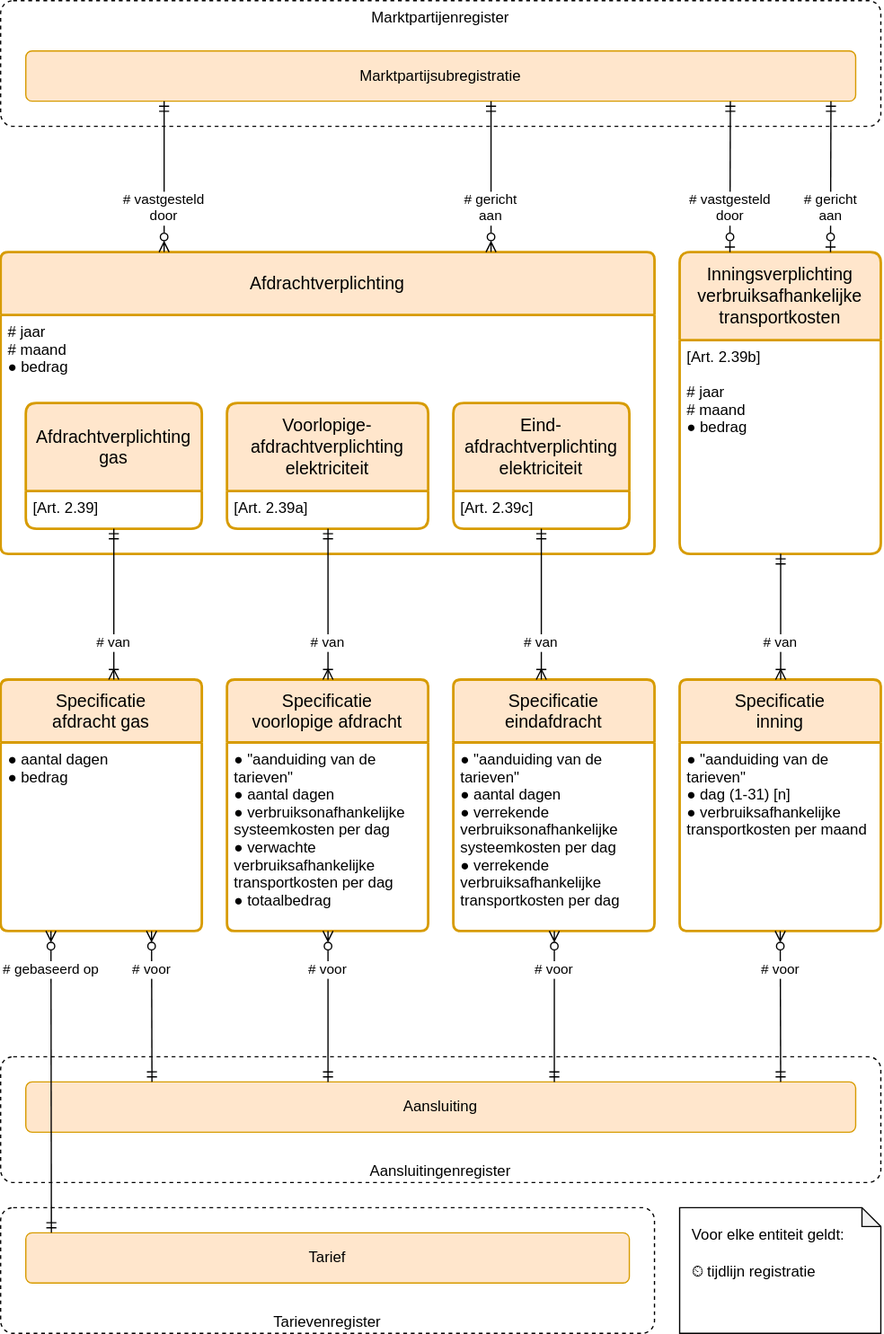
Above: registers/afdrachtverplichtingenregister/1.0/afdrachtverplichtingenregister.drawio.svg in Netbeheer-Nederland/stelsel (draw.io), before the change. Source tidied: cells renumbered, new cells last; positions are measured from the earlier drawing's top-left corner, leaving out a move shared by most shapes. The source it was exported from:
```xml
<mxGraphModel>
  <root>
    <mxCell id="0" />
    <mxCell id="1" parent="0" />
    <mxCell id="2" value="Afdrachtverplichting" style="swimlane;horizontal=1;startSize=50;rounded=1;fontSize=14;fontStyle=0;strokeWidth=2;shadow=0;dashed=0;align=center;arcSize=4;whiteSpace=wrap;spacing=10;fillColor=#ffe6cc;strokeColor=#d79b00;" parent="1" vertex="1">
      <mxGeometry y="200" width="520" height="240" as="geometry" />
    </mxCell>
    <mxCell id="3" value="# jaar&#10;# maand&#10;● bedrag" style="align=left;strokeColor=none;fillColor=none;spacingLeft=4;fontSize=12;verticalAlign=top;" parent="2" vertex="1">
      <mxGeometry y="50" width="520" height="190" as="geometry" />
    </mxCell>
    <mxCell id="4" value="Voorlopige-afdrachtverplichting elektriciteit" style="swimlane;horizontal=1;startSize=70;rounded=1;fontSize=14;fontStyle=0;strokeWidth=2;shadow=0;dashed=0;align=center;arcSize=4;whiteSpace=wrap;spacing=10;fillColor=#ffe6cc;strokeColor=#d79b00;" parent="1" vertex="1">
      <mxGeometry x="180" y="320" width="160" height="100" as="geometry" />
    </mxCell>
    <mxCell id="5" value="[Art. 2.39a]" style="align=left;strokeColor=none;fillColor=none;spacingLeft=4;fontSize=12;verticalAlign=top;" parent="4" vertex="1">
      <mxGeometry y="70" width="160" height="30" as="geometry" />
    </mxCell>
    <mxCell id="6" value="Eind-afdrachtverplichting elektriciteit" style="swimlane;horizontal=1;startSize=70;rounded=1;fontSize=14;fontStyle=0;strokeWidth=2;shadow=0;dashed=0;align=center;arcSize=4;whiteSpace=wrap;spacing=10;fillColor=#ffe6cc;strokeColor=#d79b00;" parent="1" vertex="1">
      <mxGeometry x="360" y="320" width="140" height="100" as="geometry" />
    </mxCell>
    <mxCell id="7" value="[Art. 2.39c]" style="align=left;strokeColor=none;fillColor=none;spacingLeft=4;fontSize=12;verticalAlign=top;" parent="6" vertex="1">
      <mxGeometry y="70" width="140" height="30" as="geometry" />
    </mxCell>
    <mxCell id="8" value="Marktpartijenregister" style="rounded=1;whiteSpace=wrap;absoluteArcSize=1;dashed=1;fillColor=default;verticalAlign=top;spacingLeft=10;spacingRight=10;" parent="1" vertex="1">
      <mxGeometry width="700" height="100" as="geometry" />
    </mxCell>
    <mxCell id="9" value="Marktpartijsubregistratie" style="rounded=1;arcSize=10;whiteSpace=wrap;align=center;absoluteArcSize=1;spacing=10;fillColor=#ffe6cc;strokeColor=#d79b00;" parent="1" vertex="1">
      <mxGeometry x="20" y="40" width="660" height="40" as="geometry" />
    </mxCell>
    <mxCell id="10" value="# vastgesteld&#10;door" style="endArrow=ERmandOne;edgeStyle=elbowEdgeStyle;endFill=0;startArrow=ERzeroToMany;startFill=0;exitX=0.25;exitY=0;exitDx=0;exitDy=0;verticalAlign=bottom;" parent="1" edge="1" source="2" target="9">
      <mxGeometry x="-0.66" relative="1" as="geometry" />
    </mxCell>
    <mxCell id="11" value="# gericht&#10;aan" style="endArrow=ERmandOne;edgeStyle=elbowEdgeStyle;endFill=0;startArrow=ERzeroToMany;startFill=0;exitX=0.75;exitY=0;exitDx=0;exitDy=0;verticalAlign=bottom;" parent="1" edge="1" source="2" target="9">
      <mxGeometry x="-0.66" relative="1" as="geometry" />
    </mxCell>
    <mxCell id="12" value="Specificatie&#10;voorlopige afdracht" style="swimlane;horizontal=1;startSize=50;rounded=1;fontSize=14;fontStyle=0;strokeWidth=2;shadow=0;dashed=0;align=center;arcSize=4;whiteSpace=wrap;spacing=10;fillColor=#ffe6cc;strokeColor=#d79b00;" parent="1" vertex="1">
      <mxGeometry x="180" y="540" width="160" height="200" as="geometry" />
    </mxCell>
    <mxCell id="13" value="● &quot;aanduiding van de&#10;   tarieven&quot;&#10;● aantal dagen&#10;● verbruiksonafhankelijke&#10;   systeemkosten per dag&#10;● verwachte&#10;   verbruiksafhankelijke&#10;   transportkosten per dag&#10;● totaalbedrag" style="align=left;strokeColor=none;fillColor=none;spacingLeft=4;fontSize=12;verticalAlign=top;" parent="12" vertex="1">
      <mxGeometry y="50" width="160" height="150" as="geometry" />
    </mxCell>
    <mxCell id="14" value="Aansluitingenregister" style="rounded=1;whiteSpace=wrap;absoluteArcSize=1;dashed=1;fillColor=default;verticalAlign=bottom;spacingLeft=10;spacingRight=10;" parent="1" vertex="1">
      <mxGeometry y="840" width="700" height="100" as="geometry" />
    </mxCell>
    <mxCell id="15" value="Aansluiting" style="rounded=1;arcSize=10;whiteSpace=wrap;align=center;absoluteArcSize=1;spacing=10;fillColor=#ffe6cc;strokeColor=#d79b00;" parent="1" vertex="1">
      <mxGeometry x="20" y="860" width="660" height="40" as="geometry" />
    </mxCell>
    <mxCell id="16" value="# voor" style="endArrow=ERmandOne;edgeStyle=elbowEdgeStyle;endFill=0;startArrow=ERzeroToMany;startFill=0;" parent="1" edge="1" source="12" target="15">
      <mxGeometry x="-0.5" relative="1" as="geometry" />
    </mxCell>
    <mxCell id="17" value="# van" style="endArrow=ERmandOne;edgeStyle=elbowEdgeStyle;endFill=0;startArrow=ERoneToMany;startFill=0;" parent="1" edge="1" source="12" target="4">
      <mxGeometry x="-0.5" relative="1" as="geometry" />
    </mxCell>
    <mxCell id="18" value="Specificatie&#10;inning" style="swimlane;horizontal=1;startSize=50;rounded=1;fontSize=14;fontStyle=0;strokeWidth=2;shadow=0;dashed=0;align=center;arcSize=4;whiteSpace=wrap;spacing=10;fillColor=#ffe6cc;strokeColor=#d79b00;" parent="1" vertex="1">
      <mxGeometry x="540" y="540" width="160" height="200" as="geometry" />
    </mxCell>
    <mxCell id="19" value="● &quot;aanduiding van de&#10;   tarieven&quot;&#10;● dag (1-31) [n]&#10;● verbruiksafhankelijke&#10;   transportkosten per maand" style="align=left;strokeColor=none;fillColor=none;spacingLeft=4;fontSize=12;verticalAlign=top;" parent="18" vertex="1">
      <mxGeometry y="50" width="160" height="150" as="geometry" />
    </mxCell>
    <mxCell id="20" value="Inningsverplichting verbruiksafhankelijke transportkosten" style="swimlane;horizontal=1;startSize=70;rounded=1;fontSize=14;fontStyle=0;strokeWidth=2;shadow=0;dashed=0;align=center;arcSize=4;whiteSpace=wrap;spacing=10;fillColor=#ffe6cc;strokeColor=#d79b00;" parent="1" vertex="1">
      <mxGeometry x="540" y="200" width="160" height="240" as="geometry" />
    </mxCell>
    <mxCell id="21" value="[Art. 2.39b]&#10;&#10;# jaar&#10;# maand&#10;● bedrag" style="align=left;strokeColor=none;fillColor=none;spacingLeft=4;fontSize=12;verticalAlign=top;" parent="20" vertex="1">
      <mxGeometry y="70" width="160" height="170" as="geometry" />
    </mxCell>
    <mxCell id="22" value="# voor" style="endArrow=ERmandOne;edgeStyle=elbowEdgeStyle;endFill=0;startArrow=ERzeroToMany;startFill=0;exitX=0.5;exitY=1;exitDx=0;exitDy=0;" parent="1" edge="1" source="18" target="15">
      <mxGeometry x="-0.5" relative="1" as="geometry" />
    </mxCell>
    <mxCell id="23" value="# van" style="endArrow=ERmandOne;edgeStyle=elbowEdgeStyle;endFill=0;startArrow=ERoneToMany;startFill=0;" parent="1" edge="1" source="18" target="20">
      <mxGeometry x="-0.4" relative="1" as="geometry" />
    </mxCell>
    <mxCell id="24" value="# vastgesteld&#10;door" style="endArrow=ERmandOne;edgeStyle=elbowEdgeStyle;endFill=0;startArrow=ERzeroToOne;startFill=0;exitX=0.25;exitY=0;exitDx=0;exitDy=0;verticalAlign=bottom;" parent="1" edge="1" source="20" target="9">
      <mxGeometry x="-0.66" relative="1" as="geometry" />
    </mxCell>
    <mxCell id="25" value="Specificatie eindafdracht" style="swimlane;horizontal=1;startSize=50;rounded=1;fontSize=14;fontStyle=0;strokeWidth=2;shadow=0;dashed=0;align=center;arcSize=4;whiteSpace=wrap;spacing=10;fillColor=#ffe6cc;strokeColor=#d79b00;" parent="1" vertex="1">
      <mxGeometry x="360" y="540" width="160" height="200" as="geometry" />
    </mxCell>
    <mxCell id="26" value="● &quot;aanduiding van de&#10;   tarieven&quot;&#10;● aantal dagen&#10;● verrekende&#10;   verbruiksonafhankelijke&#10;   systeemkosten per dag&#10;● verrekende&#10;   verbruiksafhankelijke&#10;   transportkosten per dag" style="align=left;strokeColor=none;fillColor=none;spacingLeft=4;fontSize=12;verticalAlign=top;" parent="25" vertex="1">
      <mxGeometry y="50" width="160" height="150" as="geometry" />
    </mxCell>
    <mxCell id="27" value="# van" style="endArrow=ERmandOne;edgeStyle=elbowEdgeStyle;endFill=0;startArrow=ERoneToMany;startFill=0;" parent="1" edge="1" source="25" target="6">
      <mxGeometry x="-0.5" relative="1" as="geometry" />
    </mxCell>
    <mxCell id="28" value="# voor" style="endArrow=ERmandOne;edgeStyle=elbowEdgeStyle;endFill=0;startArrow=ERzeroToMany;startFill=0;" parent="1" edge="1" source="25" target="15">
      <mxGeometry x="-0.5" relative="1" as="geometry" />
    </mxCell>
    <mxCell id="29" value="# gericht&#10;aan" style="endArrow=ERmandOne;edgeStyle=elbowEdgeStyle;endFill=0;startArrow=ERzeroToOne;startFill=0;exitX=0.75;exitY=0;exitDx=0;exitDy=0;verticalAlign=bottom;" parent="1" edge="1" source="20" target="9">
      <mxGeometry x="-0.66" relative="1" as="geometry" />
    </mxCell>
    <mxCell id="30" value="Specificatie&#10;afdracht gas" style="swimlane;horizontal=1;startSize=50;rounded=1;fontSize=14;fontStyle=0;strokeWidth=2;shadow=0;dashed=0;align=center;arcSize=4;whiteSpace=wrap;spacing=10;fillColor=#ffe6cc;strokeColor=#d79b00;" parent="1" vertex="1">
      <mxGeometry y="540" width="160" height="200" as="geometry" />
    </mxCell>
    <mxCell id="31" value="● aantal dagen&#10;● bedrag" style="align=left;strokeColor=none;fillColor=none;spacingLeft=4;fontSize=12;verticalAlign=top;" parent="30" vertex="1">
      <mxGeometry y="50" width="160" height="150" as="geometry" />
    </mxCell>
    <mxCell id="32" value="Afdrachtverplichting gas" style="swimlane;horizontal=1;startSize=70;rounded=1;fontSize=14;fontStyle=0;strokeWidth=2;shadow=0;dashed=0;align=center;arcSize=4;whiteSpace=wrap;spacing=10;fillColor=#ffe6cc;strokeColor=#d79b00;" parent="1" vertex="1">
      <mxGeometry x="20" y="320" width="140" height="100" as="geometry" />
    </mxCell>
    <mxCell id="33" value="[Art. 2.39]" style="align=left;strokeColor=none;fillColor=none;spacingLeft=4;fontSize=12;verticalAlign=top;" parent="32" vertex="1">
      <mxGeometry y="70" width="140" height="30" as="geometry" />
    </mxCell>
    <mxCell id="34" value="# voor" style="endArrow=ERmandOne;edgeStyle=elbowEdgeStyle;endFill=0;startArrow=ERzeroToMany;startFill=0;exitX=0.75;exitY=1;exitDx=0;exitDy=0;" parent="1" edge="1" source="30" target="15">
      <mxGeometry x="-0.5" relative="1" as="geometry" />
    </mxCell>
    <mxCell id="35" value="Tarievenregister" style="rounded=1;whiteSpace=wrap;absoluteArcSize=1;dashed=1;fillColor=default;verticalAlign=bottom;spacingLeft=10;spacingRight=10;" parent="1" vertex="1">
      <mxGeometry y="960" width="520" height="100" as="geometry" />
    </mxCell>
    <mxCell id="36" value="Tarief" style="rounded=1;arcSize=10;whiteSpace=wrap;align=center;absoluteArcSize=1;spacing=10;fillColor=#ffe6cc;strokeColor=#d79b00;" parent="1" vertex="1">
      <mxGeometry x="20" y="980" width="480" height="40" as="geometry" />
    </mxCell>
    <mxCell id="37" value="# van" style="endArrow=ERmandOne;edgeStyle=elbowEdgeStyle;endFill=0;startArrow=ERoneToMany;startFill=0;" parent="1" edge="1" source="30" target="32">
      <mxGeometry x="-0.5" relative="1" as="geometry" />
    </mxCell>
    <mxCell id="38" value="# gebaseerd op" style="endArrow=ERmandOne;edgeStyle=elbowEdgeStyle;endFill=0;startArrow=ERzeroToMany;startFill=0;exitX=0.25;exitY=1;exitDx=0;exitDy=0;" parent="1" edge="1" source="30" target="36">
      <mxGeometry x="-0.75" relative="1" as="geometry" />
    </mxCell>
    <mxCell id="39" value="Voor elke entiteit geldt:&#10;&#10;⏲ tijdlijn registratie" style="shape=note;whiteSpace=wrap;backgroundOutline=1;darkOpacity=0.05;align=left;verticalAlign=top;spacing=10;size=15;" parent="1" vertex="1">
      <mxGeometry x="540" y="960" width="160" height="100" as="geometry" />
    </mxCell>
  </root>
</mxGraphModel>
```
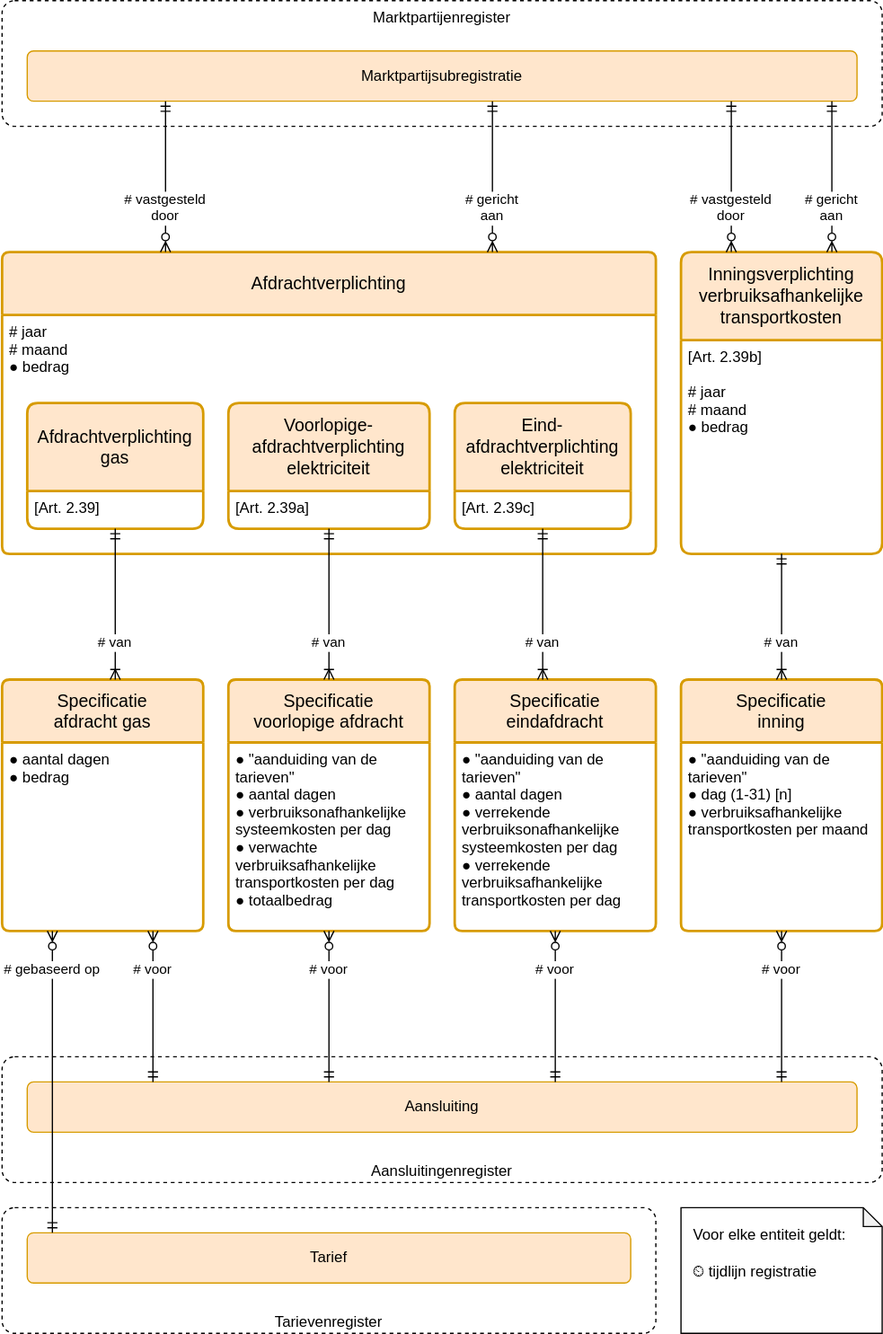
After the commit.

Commit message:
Nog meer puntjes op afdracht

Diff of the diagram source:
```diff
@@ -68,7 +68,7 @@
     <mxCell id="23" value="# van" style="endArrow=ERmandOne;edgeStyle=elbowEdgeStyle;endFill=0;startArrow=ERoneToMany;startFill=0;" parent="1" edge="1" source="18" target="20">
       <mxGeometry x="-0.4" relative="1" as="geometry" />
     </mxCell>
-    <mxCell id="24" value="# vastgesteld&#10;door" style="endArrow=ERmandOne;edgeStyle=elbowEdgeStyle;endFill=0;startArrow=ERzeroToOne;startFill=0;exitX=0.25;exitY=0;exitDx=0;exitDy=0;verticalAlign=bottom;" parent="1" edge="1" source="20" target="9">
+    <mxCell id="24" value="# vastgesteld&#10;door" style="endArrow=ERmandOne;edgeStyle=elbowEdgeStyle;endFill=0;startArrow=ERzeroToMany;startFill=0;exitX=0.25;exitY=0;exitDx=0;exitDy=0;verticalAlign=bottom;" parent="1" edge="1" source="20" target="9">
       <mxGeometry x="-0.66" relative="1" as="geometry" />
     </mxCell>
     <mxCell id="25" value="Specificatie eindafdracht" style="swimlane;horizontal=1;startSize=50;rounded=1;fontSize=14;fontStyle=0;strokeWidth=2;shadow=0;dashed=0;align=center;arcSize=4;whiteSpace=wrap;spacing=10;fillColor=#ffe6cc;strokeColor=#d79b00;" parent="1" vertex="1">
@@ -83,7 +83,7 @@
     <mxCell id="28" value="# voor" style="endArrow=ERmandOne;edgeStyle=elbowEdgeStyle;endFill=0;startArrow=ERzeroToMany;startFill=0;" parent="1" edge="1" source="25" target="15">
       <mxGeometry x="-0.5" relative="1" as="geometry" />
     </mxCell>
-    <mxCell id="29" value="# gericht&#10;aan" style="endArrow=ERmandOne;edgeStyle=elbowEdgeStyle;endFill=0;startArrow=ERzeroToOne;startFill=0;exitX=0.75;exitY=0;exitDx=0;exitDy=0;verticalAlign=bottom;" parent="1" edge="1" source="20" target="9">
+    <mxCell id="29" value="# gericht&#10;aan" style="endArrow=ERmandOne;edgeStyle=elbowEdgeStyle;endFill=0;startArrow=ERzeroToMany;startFill=0;exitX=0.75;exitY=0;exitDx=0;exitDy=0;verticalAlign=bottom;" parent="1" edge="1" source="20" target="9">
       <mxGeometry x="-0.66" relative="1" as="geometry" />
     </mxCell>
     <mxCell id="30" value="Specificatie&#10;afdracht gas" style="swimlane;horizontal=1;startSize=50;rounded=1;fontSize=14;fontStyle=0;strokeWidth=2;shadow=0;dashed=0;align=center;arcSize=4;whiteSpace=wrap;spacing=10;fillColor=#ffe6cc;strokeColor=#d79b00;" parent="1" vertex="1">
```
